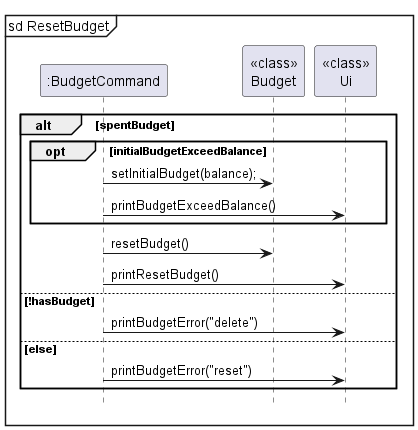
Above: docs/images/resetBudget.png in nus-cs2113-AY2324S1/tp (PlantUML), before the change.
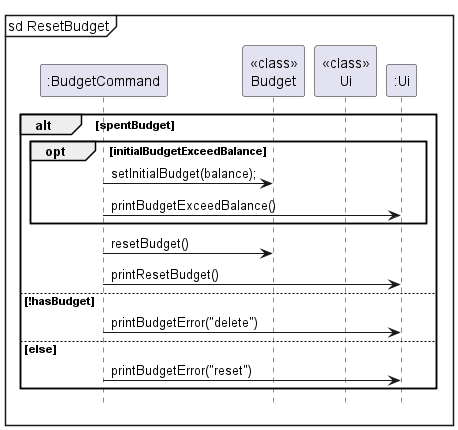
Later version of the same file.

The edit, as a diff of the source:
```diff
@@ -3,7 +3,8 @@
 mainframe sd ResetBudget
 participant ":BudgetCommand" as BudgetCommand
 participant "<<class>>\nBudget" as Budget
-participant "<<class>>\nUi" as Ui
+participant "<<class>>\nUi" as UiClass
+participant ":Ui" as Ui
 
 alt spentBudget
     opt initialBudgetExceedBalance
```
